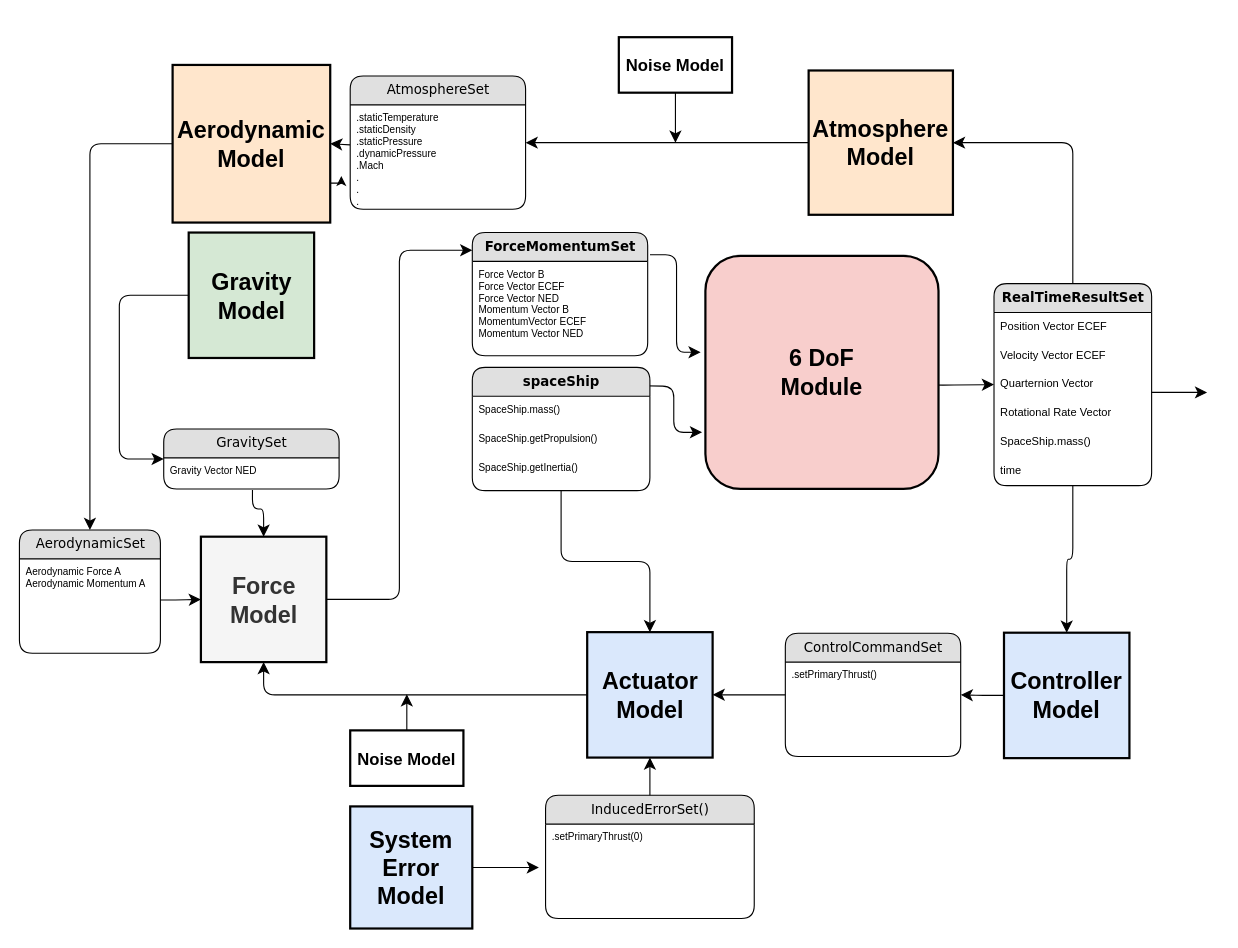
maxxonair/BlueBook-Descent-and-Landing-Analysis-Toolkit-DaLAT keeps this draw.io diagram as INP/INPUT_Documentation/FlowChart/flowchart.drawio. Above is the earlier version. Source tidied: cells renumbered, new cells numbered last; positions are measured from the earlier drawing's top-left corner, leaving out a move shared by most shapes. Both pictures are drawn from the tidied source at 111%, with x=0, y=0 at pixel (19, 37).
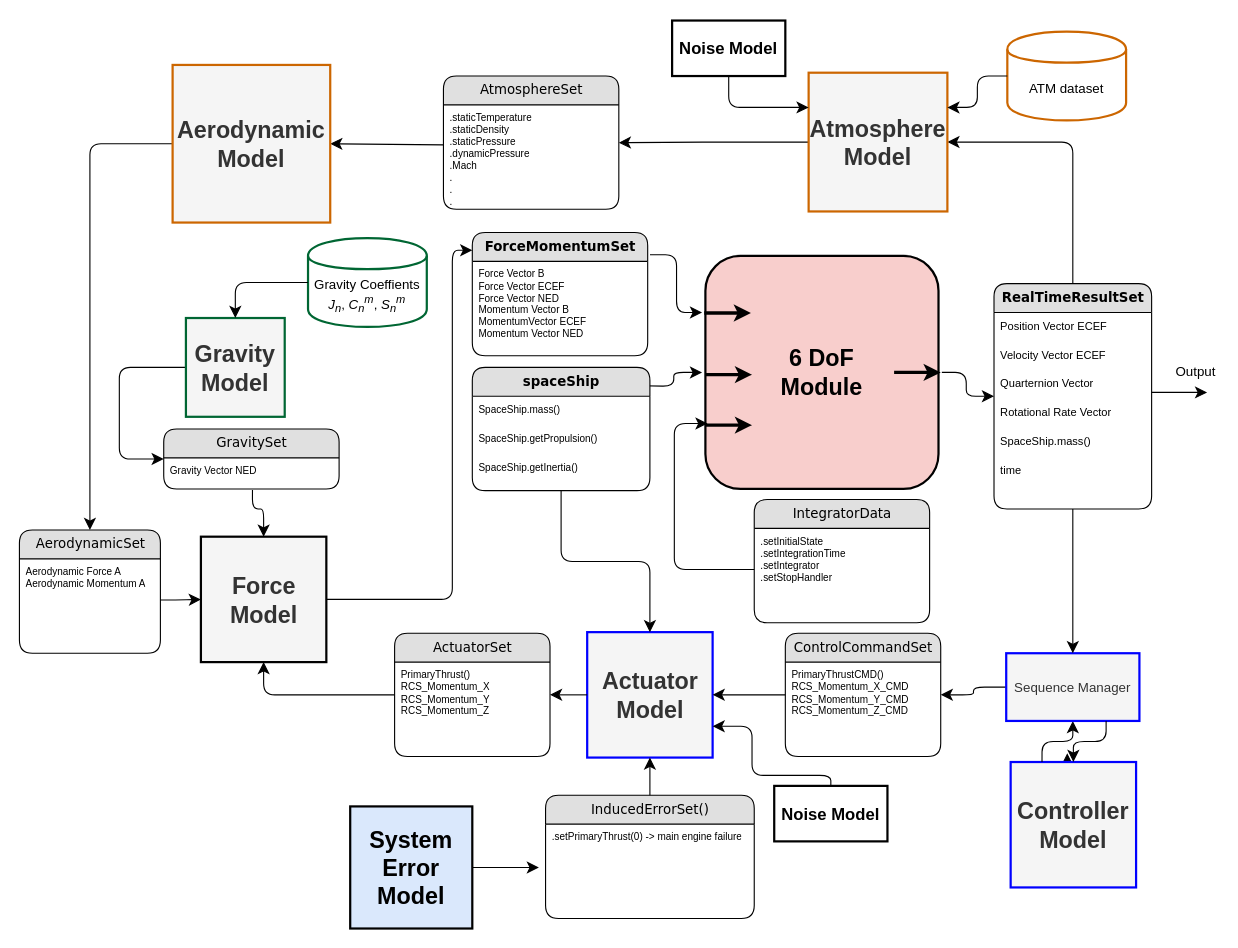
Above is the later version.

The change refers to these unchanged cells:
```xml
<mxCell id="20" value="&lt;div style=&quot;font-size: 21px;&quot;&gt;6 DoF&lt;/div&gt;&lt;div style=&quot;font-size: 21px;&quot;&gt;Module&lt;br style=&quot;font-size: 21px;&quot;&gt;&lt;/div&gt;" style="whiteSpace=wrap;html=1;fontStyle=1;fontSize=21;fillColor=#f8cecc;strokeColor=#000000;strokeWidth=2;perimeterSpacing=3;rounded=1;glass=0;shadow=0;comic=0;gradientColor=none;" parent="1" vertex="1">
  <mxGeometry x="618" y="197" width="210" height="210" as="geometry" />
</mxCell>
<mxCell id="28" value="Force Model" style="whiteSpace=wrap;html=1;fontStyle=1;fontSize=21;fillColor=#f5f5f5;strokeColor=#000000;strokeWidth=2;fontColor=#333333;" parent="1" vertex="1">
  <mxGeometry x="163.5" y="450" width="113" height="113" as="geometry" />
</mxCell>
<mxCell id="33" value="InducedErrorSet()" style="swimlane;html=1;fontStyle=0;horizontal=1;startSize=26;fillColor=#e0e0e0;swimlaneFillColor=#ffffff;align=center;rounded=1;shadow=0;comic=0;labelBackgroundColor=none;strokeColor=#000000;strokeWidth=1;fontFamily=Verdana;fontSize=12;fontColor=#000000;" parent="1" vertex="1">
  <mxGeometry x="474" y="683" width="188" height="111" as="geometry" />
</mxCell>
<mxCell id="35" value="&lt;b&gt;ForceMomentumSet&lt;/b&gt;" style="swimlane;html=1;fontStyle=0;horizontal=1;startSize=26;fillColor=#e0e0e0;swimlaneFillColor=#ffffff;align=center;rounded=1;shadow=0;comic=0;labelBackgroundColor=none;strokeColor=#000000;strokeWidth=1;fontFamily=Verdana;fontSize=12;fontColor=#000000;" parent="1" vertex="1">
  <mxGeometry x="408" y="176" width="158" height="111" as="geometry" />
</mxCell>
<mxCell id="38" value="GravitySet" style="swimlane;html=1;fontStyle=0;horizontal=1;startSize=26;fillColor=#e0e0e0;swimlaneFillColor=#ffffff;align=center;rounded=1;shadow=0;comic=0;labelBackgroundColor=none;strokeColor=#000000;strokeWidth=1;fontFamily=Verdana;fontSize=12;fontColor=#000000;" parent="1" vertex="1">
  <mxGeometry x="130" y="353" width="158" height="54" as="geometry" />
</mxCell>
```

What changed in the source:
```diff
@@
     <mxCell id="2" value="&lt;b&gt;RealTimeResultSet&lt;/b&gt;" style="swimlane;html=1;fontStyle=0;horizontal=1;startSize=26;fillColor=#e0e0e0;swimlaneFillColor=#ffffff;align=center;rounded=1;shadow=0;comic=0;labelBackgroundColor=none;strokeColor=#000000;strokeWidth=1;fontFamily=Verdana;fontSize=12;fontColor=#000000;" parent="1" vertex="1">
-      <mxGeometry x="878" y="222" width="142" height="182" as="geometry" />
+      <mxGeometry x="878" y="222" width="142" height="203" as="geometry" />
     </mxCell>
@@
-    <mxCell id="10" style="edgeStyle=orthogonalEdgeStyle;html=1;labelBackgroundColor=none;startFill=0;startSize=8;endFill=1;endSize=8;fontFamily=Verdana;fontSize=12;entryX=0;entryY=0.75;entryDx=0;entryDy=0;" parent="1" edge="1" target="20">
+    <mxCell id="10" style="edgeStyle=orthogonalEdgeStyle;html=1;labelBackgroundColor=none;startFill=0;startSize=8;endFill=1;endSize=8;fontFamily=Verdana;fontSize=12;" parent="1" edge="1" target="20">
       <mxGeometry x="-0.13" y="32" relative="1" as="geometry">
         <mxPoint x="560" y="314" as="sourcePoint" />
       </mxGeometry>
     </mxCell>
     <mxCell id="11" style="edgeStyle=orthogonalEdgeStyle;html=1;labelBackgroundColor=none;startFill=0;startSize=8;endFill=1;endSize=8;fontFamily=Verdana;fontSize=12;exitX=0;exitY=0.5;exitDx=0;exitDy=0;entryX=0;entryY=0.5;entryDx=0;entryDy=0;" parent="1" edge="1" source="37" target="38">
       <mxGeometry relative="1" as="geometry">
         <Array as="points">
-          <mxPoint x="90" y="233" />
+          <mxPoint x="90" y="298" />
           <mxPoint x="90" y="380" />
         </Array>
       </mxGeometry>
     </mxCell>
-    <mxCell id="12" style="edgeStyle=orthogonalEdgeStyle;html=1;labelBackgroundColor=none;startFill=0;startSize=8;endFill=1;endSize=8;fontFamily=Verdana;fontSize=12;" parent="1" edge="1" target="2">
-      <mxGeometry relative="1" as="geometry">
-        <mxPoint x="785" y="313" as="sourcePoint" />
-      </mxGeometry>
+    <mxCell id="12" style="edgeStyle=orthogonalEdgeStyle;html=1;labelBackgroundColor=none;startFill=0;startSize=8;endFill=1;endSize=8;fontFamily=Verdana;fontSize=12;exitX=1;exitY=0.5;exitDx=0;exitDy=0;" parent="1" edge="1" source="20" target="2">
+      <mxGeometry relative="1" as="geometry" />
     </mxCell>
-    <mxCell id="13" style="edgeStyle=orthogonalEdgeStyle;html=1;entryX=-0.006;entryY=0.416;labelBackgroundColor=none;startFill=0;startSize=8;endFill=1;endSize=8;fontFamily=Verdana;fontSize=12;entryDx=0;entryDy=0;exitX=1.013;exitY=0.18;exitDx=0;exitDy=0;entryPerimeter=0;exitPerimeter=0;" parent="1" edge="1" source="35" target="20">
+    <mxCell id="13" style="edgeStyle=orthogonalEdgeStyle;html=1;entryX=0;entryY=0.25;labelBackgroundColor=none;startFill=0;startSize=8;endFill=1;endSize=8;fontFamily=Verdana;fontSize=12;entryDx=0;entryDy=0;exitX=1.013;exitY=0.18;exitDx=0;exitDy=0;exitPerimeter=0;" parent="1" edge="1" source="35" target="20">
       <mxGeometry relative="1" as="geometry" />
     </mxCell>
@@
-    <mxCell id="15" style="edgeStyle=orthogonalEdgeStyle;html=1;exitX=0;exitY=0.5;labelBackgroundColor=none;startFill=0;startSize=8;endFill=1;endSize=8;fontFamily=Verdana;fontSize=12;exitDx=0;exitDy=0;entryX=1;entryY=0.5;entryDx=0;entryDy=0;" parent="1" edge="1" source="25" target="30">
+    <mxCell id="15" style="edgeStyle=orthogonalEdgeStyle;html=1;exitX=0.5;exitY=1;labelBackgroundColor=none;startFill=0;startSize=8;endFill=1;endSize=8;fontFamily=Verdana;fontSize=12;exitDx=0;exitDy=0;entryX=1;entryY=0.5;entryDx=0;entryDy=0;" parent="1" edge="1" source="59" target="30">
       <mxGeometry relative="1" as="geometry" />
     </mxCell>
@@
-    <mxCell id="19" style="edgeStyle=orthogonalEdgeStyle;html=1;exitX=0.5;exitY=1;labelBackgroundColor=none;startFill=0;startSize=8;endFill=1;endSize=8;fontFamily=Verdana;fontSize=12;exitDx=0;exitDy=0;entryX=0.5;entryY=0;entryDx=0;entryDy=0;" parent="1" edge="1" source="2" target="25">
-      <mxGeometry relative="1" as="geometry" />
-    </mxCell>
@@
+    <mxCell id="57" style="edgeStyle=orthogonalEdgeStyle;rounded=0;jettySize=auto;html=1;exitX=0.5;exitY=0;exitDx=0;exitDy=0;" parent="1" edge="1" source="25">
+      <mxGeometry relative="1" as="geometry">
+        <mxPoint x="944" y="645" as="targetPoint" />
+      </mxGeometry>
+    </mxCell>
-    <mxCell id="25" value="Controller Model" style="whiteSpace=wrap;html=1;fontStyle=1;fontSize=21;fillColor=#dae8fc;strokeColor=#000000;strokeWidth=2;" parent="1" vertex="1">
-      <mxGeometry x="887" y="536.5" width="113" height="113" as="geometry" />
+    <mxCell id="25" value="Controller Model" style="whiteSpace=wrap;html=1;fontStyle=1;fontSize=21;fillColor=#f5f5f5;strokeColor=#0000FF;strokeWidth=2;fontColor=#333333;" parent="1" vertex="1">
+      <mxGeometry x="893" y="653" width="113" height="113" as="geometry" />
     </mxCell>
-    <mxCell id="26" value="Actuator Model" style="whiteSpace=wrap;html=1;fontStyle=1;fontSize=21;fillColor=#dae8fc;strokeColor=#000000;strokeWidth=2;" parent="1" vertex="1">
+    <mxCell id="26" value="Actuator Model" style="whiteSpace=wrap;html=1;fontStyle=1;fontSize=21;fillColor=#f5f5f5;strokeColor=#0000FF;strokeWidth=2;fontColor=#333333;" parent="1" vertex="1">
       <mxGeometry x="511.5" y="536" width="113" height="113" as="geometry" />
     </mxCell>
@@
-    <mxCell id="29" style="edgeStyle=orthogonalEdgeStyle;html=1;exitX=0;exitY=0.5;labelBackgroundColor=none;startFill=0;startSize=8;endFill=1;endSize=8;fontFamily=Verdana;fontSize=12;exitDx=0;exitDy=0;entryX=0.5;entryY=1;entryDx=0;entryDy=0;" parent="1" edge="1" source="26" target="28">
+    <mxCell id="29" style="edgeStyle=orthogonalEdgeStyle;html=1;exitX=0;exitY=0.5;labelBackgroundColor=none;startFill=0;startSize=8;endFill=1;endSize=8;fontFamily=Verdana;fontSize=12;exitDx=0;exitDy=0;entryX=0.5;entryY=1;entryDx=0;entryDy=0;" parent="1" edge="1" source="69" target="28">
       <mxGeometry relative="1" as="geometry" />
     </mxCell>
     <mxCell id="30" value="ControlCommandSet" style="swimlane;html=1;fontStyle=0;horizontal=1;startSize=26;fillColor=#e0e0e0;swimlaneFillColor=#ffffff;align=center;rounded=1;shadow=0;comic=0;labelBackgroundColor=none;strokeColor=#000000;strokeWidth=1;fontFamily=Verdana;fontSize=12;fontColor=#000000;" parent="1" vertex="1">
-      <mxGeometry x="690" y="537" width="158" height="111" as="geometry" />
+      <mxGeometry x="690" y="537" width="140" height="111" as="geometry" />
     </mxCell>
-    <mxCell id="31" value=".setPrimaryThrust()" style="text;html=1;strokeColor=none;fillColor=none;spacingLeft=4;spacingRight=4;whiteSpace=wrap;overflow=hidden;fontSize=9;" parent="30" vertex="1">
-      <mxGeometry y="26" width="158" height="26" as="geometry" />
+    <mxCell id="31" value="&lt;div&gt;PrimaryThrustCMD()&lt;/div&gt;&lt;div&gt;RCS_Momentum_X_CMD&lt;/div&gt;&lt;div&gt;RCS_Momentum_Y_CMD&lt;/div&gt;&lt;div&gt;RCS_Momentum_Z_CMD&lt;/div&gt;" style="text;html=1;strokeColor=none;fillColor=none;spacingLeft=4;spacingRight=4;whiteSpace=wrap;overflow=hidden;fontSize=9;" parent="30" vertex="1">
+      <mxGeometry y="26" width="140" height="84" as="geometry" />
     </mxCell>
@@
-    <mxCell id="34" value=".setPrimaryThrust(0)" style="text;html=1;strokeColor=none;fillColor=none;spacingLeft=4;spacingRight=4;whiteSpace=wrap;overflow=hidden;fontSize=9;" parent="33" vertex="1">
+    <mxCell id="34" value=".setPrimaryThrust(0) -&amp;gt; main engine failure" style="text;html=1;strokeColor=none;fillColor=none;spacingLeft=4;spacingRight=4;whiteSpace=wrap;overflow=hidden;fontSize=9;" parent="33" vertex="1">
       <mxGeometry y="26" width="188" height="26" as="geometry" />
     </mxCell>
@@
-    <mxCell id="37" value="Gravity Model" style="whiteSpace=wrap;html=1;fontStyle=1;fontSize=21;fillColor=#d5e8d4;strokeColor=#000000;strokeWidth=2;" parent="1" vertex="1">
-      <mxGeometry x="152.5" y="176" width="113" height="113" as="geometry" />
+    <mxCell id="37" value="Gravity Model" style="whiteSpace=wrap;html=1;fontStyle=1;fontSize=21;fillColor=#f5f5f5;strokeColor=#006633;strokeWidth=2;fontColor=#333333;" parent="1" vertex="1">
+      <mxGeometry x="150" y="253" width="89" height="89" as="geometry" />
     </mxCell>
@@
-    <mxCell id="40" value="Atmosphere Model" style="whiteSpace=wrap;html=1;fontStyle=1;fontSize=21;fillColor=#ffe6cc;strokeColor=#000000;strokeWidth=2;" parent="1" vertex="1">
-      <mxGeometry x="711" y="30" width="130" height="130" as="geometry" />
+    <mxCell id="40" value="Atmosphere Model" style="whiteSpace=wrap;html=1;fontStyle=1;fontSize=21;fillColor=#f5f5f5;strokeColor=#CC6600;strokeWidth=2;fontColor=#333333;" parent="1" vertex="1">
+      <mxGeometry x="711" y="32" width="125" height="125" as="geometry" />
     </mxCell>
-    <mxCell id="41" style="edgeStyle=orthogonalEdgeStyle;rounded=0;jettySize=auto;html=1;exitX=1;exitY=0.75;exitDx=0;exitDy=0;fontSize=10;" parent="1" edge="1" source="42">
-      <mxGeometry relative="1" as="geometry">
-        <mxPoint x="290" y="125" as="targetPoint" />
-      </mxGeometry>
-    </mxCell>
-    <mxCell id="42" value="Aerodynamic Model" style="whiteSpace=wrap;html=1;fontStyle=1;fontSize=21;fillColor=#ffe6cc;strokeColor=#000000;strokeWidth=2;" parent="1" vertex="1">
+    <mxCell id="42" value="Aerodynamic Model" style="whiteSpace=wrap;html=1;fontStyle=1;fontSize=21;fillColor=#f5f5f5;strokeColor=#CC6600;strokeWidth=2;fontColor=#333333;" parent="1" vertex="1">
       <mxGeometry x="138" y="25" width="142" height="142" as="geometry" />
     </mxCell>
     <mxCell id="43" value="AtmosphereSet" style="swimlane;html=1;fontStyle=0;horizontal=1;startSize=26;fillColor=#e0e0e0;swimlaneFillColor=#ffffff;align=center;rounded=1;shadow=0;comic=0;labelBackgroundColor=none;strokeColor=#000000;strokeWidth=1;fontFamily=Verdana;fontSize=12;fontColor=#000000;" parent="1" vertex="1">
-      <mxGeometry x="298" y="35" width="158" height="120" as="geometry" />
+      <mxGeometry x="382" y="35" width="158" height="120" as="geometry" />
     </mxCell>
@@
     <mxCell id="48" value="Noise Model" style="rounded=0;whiteSpace=wrap;html=1;strokeColor=#000000;strokeWidth=2;fontSize=15;fontStyle=1;" parent="1" vertex="1">
-      <mxGeometry x="540" width="102" height="50" as="geometry" />
+      <mxGeometry x="588" y="-15" width="102" height="50" as="geometry" />
     </mxCell>
     <mxCell id="49" value="Noise Model" style="rounded=0;whiteSpace=wrap;html=1;strokeColor=#000000;strokeWidth=2;fontSize=15;fontStyle=1;" parent="1" vertex="1">
-      <mxGeometry x="298" y="624.5" width="102" height="50" as="geometry" />
+      <mxGeometry x="680" y="674.5" width="102" height="50" as="geometry" />
     </mxCell>
-    <mxCell id="50" style="edgeStyle=orthogonalEdgeStyle;html=1;exitX=0.5;exitY=1;labelBackgroundColor=none;startFill=0;startSize=8;endFill=1;endSize=8;fontFamily=Verdana;fontSize=12;exitDx=0;exitDy=0;" parent="1" edge="1" source="48">
-      <mxGeometry relative="1" as="geometry">
-        <mxPoint x="591" y="95" as="targetPoint" />
-      </mxGeometry>
+    <mxCell id="50" style="edgeStyle=orthogonalEdgeStyle;html=1;exitX=0.5;exitY=1;labelBackgroundColor=none;startFill=0;startSize=8;endFill=1;endSize=8;fontFamily=Verdana;fontSize=12;exitDx=0;exitDy=0;entryX=0;entryY=0.25;entryDx=0;entryDy=0;" parent="1" edge="1" source="48" target="40">
+      <mxGeometry relative="1" as="geometry" />
     </mxCell>
-    <mxCell id="51" style="edgeStyle=orthogonalEdgeStyle;html=1;exitX=0.5;exitY=0;labelBackgroundColor=none;startFill=0;startSize=8;endFill=1;endSize=8;fontFamily=Verdana;fontSize=12;exitDx=0;exitDy=0;" parent="1" edge="1" source="49">
+    <mxCell id="51" style="edgeStyle=orthogonalEdgeStyle;html=1;exitX=0.5;exitY=0;labelBackgroundColor=none;startFill=0;startSize=8;endFill=1;endSize=8;fontFamily=Verdana;fontSize=12;exitDx=0;exitDy=0;entryX=1;entryY=0.75;entryDx=0;entryDy=0;" parent="1" edge="1" source="49" target="26">
       <mxGeometry relative="1" as="geometry">
-        <mxPoint x="349" y="592" as="targetPoint" />
+        <Array as="points">
+          <mxPoint x="731" y="665" />
+          <mxPoint x="660" y="665" />
+          <mxPoint x="660" y="621" />
+        </Array>
       </mxGeometry>
     </mxCell>
@@
     <mxCell id="56" style="edgeStyle=orthogonalEdgeStyle;html=1;labelBackgroundColor=none;startFill=0;startSize=8;endFill=1;endSize=8;fontFamily=Verdana;fontSize=12;exitX=1;exitY=0.5;exitDx=0;exitDy=0;entryX=0;entryY=0.144;entryDx=0;entryDy=0;entryPerimeter=0;" parent="1" edge="1" source="28" target="35">
-      <mxGeometry x="-0.13" y="32" relative="1" as="geometry" />
+      <mxGeometry x="-0.13" y="32" relative="1" as="geometry">
+        <Array as="points">
+          <mxPoint x="390" y="507" />
+          <mxPoint x="390" y="192" />
+        </Array>
+      </mxGeometry>
     </mxCell>
+    <mxCell id="58" style="edgeStyle=orthogonalEdgeStyle;html=1;exitX=0.25;exitY=0;labelBackgroundColor=none;startFill=0;startSize=8;endFill=1;endSize=8;fontFamily=Verdana;fontSize=12;exitDx=0;exitDy=0;" parent="1" edge="1" source="25" target="59">
+      <mxGeometry relative="1" as="geometry" />
+    </mxCell>
+    <mxCell id="59" value="Sequence Manager" style="rounded=0;whiteSpace=wrap;html=1;strokeColor=#0000FF;strokeWidth=2;fillColor=#f5f5f5;fontColor=#333333;direction=south;" parent="1" vertex="1">
+      <mxGeometry x="889" y="555" width="120" height="61" as="geometry" />
+    </mxCell>
+    <mxCell id="60" style="edgeStyle=orthogonalEdgeStyle;html=1;labelBackgroundColor=none;startFill=0;startSize=8;endFill=1;endSize=8;fontFamily=Verdana;fontSize=12;entryX=0.5;entryY=0;entryDx=0;entryDy=0;exitX=1;exitY=0.25;exitDx=0;exitDy=0;" parent="1" edge="1" source="59" target="25">
+      <mxGeometry relative="1" as="geometry" />
+    </mxCell>
+    <mxCell id="61" value="IntegratorData" style="swimlane;html=1;fontStyle=0;horizontal=1;startSize=26;fillColor=#e0e0e0;swimlaneFillColor=#ffffff;align=center;rounded=1;shadow=0;comic=0;labelBackgroundColor=none;strokeColor=#000000;strokeWidth=1;fontFamily=Verdana;fontSize=12;fontColor=#000000;" parent="1" vertex="1">
+      <mxGeometry x="662" y="416.5" width="158" height="111" as="geometry" />
+    </mxCell>
+    <mxCell id="62" value="&lt;div&gt;.setInitialState&lt;/div&gt;&lt;div&gt;.setIntegrationTime&lt;/div&gt;&lt;div&gt;.setIntegrator&lt;/div&gt;&lt;div&gt;.setStopHandler&lt;/div&gt;&lt;div&gt;&lt;br&gt;&lt;/div&gt;" style="text;html=1;strokeColor=none;fillColor=none;spacingLeft=4;spacingRight=4;whiteSpace=wrap;overflow=hidden;points=[[0,0.5],[1,0.5]];portConstraint=eastwest;fontSize=9;" parent="61" vertex="1">
+      <mxGeometry y="26" width="158" height="74" as="geometry" />
+    </mxCell>
+    <mxCell id="63" style="edgeStyle=orthogonalEdgeStyle;html=1;labelBackgroundColor=none;startFill=0;startSize=8;endFill=1;endSize=8;fontFamily=Verdana;fontSize=12;exitX=0.5;exitY=1;exitDx=0;exitDy=0;" parent="1" edge="1" source="2" target="59">
+      <mxGeometry relative="1" as="geometry" />
+    </mxCell>
+    <mxCell id="64" value="Output" style="text;html=1;strokeColor=none;fillColor=none;align=center;verticalAlign=middle;whiteSpace=wrap;rounded=0;" parent="1" vertex="1">
+      <mxGeometry x="1040" y="292" width="40" height="20" as="geometry" />
+    </mxCell>
+    <mxCell id="65" value="ATM dataset" style="shape=cylinder;whiteSpace=wrap;html=1;boundedLbl=1;backgroundOutline=1;strokeColor=#CC6600;strokeWidth=2;" parent="1" vertex="1">
+      <mxGeometry x="890" y="-5" width="107" height="80" as="geometry" />
+    </mxCell>
+    <mxCell id="66" style="edgeStyle=orthogonalEdgeStyle;html=1;exitX=0;exitY=0.5;labelBackgroundColor=none;startFill=0;startSize=8;endFill=1;endSize=8;fontFamily=Verdana;fontSize=12;exitDx=0;exitDy=0;entryX=1;entryY=0.25;entryDx=0;entryDy=0;" parent="1" edge="1" source="65" target="40">
+      <mxGeometry relative="1" as="geometry" />
+    </mxCell>
+    <mxCell id="67" value="&lt;div&gt;Gravity Coeffients&lt;/div&gt;&lt;div&gt;&lt;i&gt;J&lt;sub&gt;n&lt;/sub&gt;&lt;/i&gt;, &lt;i&gt;C&lt;sub&gt;n&lt;/sub&gt;&lt;sup&gt;m&lt;/sup&gt;&lt;/i&gt;, &lt;i&gt;S&lt;sub&gt;n&lt;/sub&gt;&lt;sup&gt;m&lt;/sup&gt;&lt;/i&gt;&lt;/div&gt;" style="shape=cylinder;whiteSpace=wrap;html=1;boundedLbl=1;backgroundOutline=1;strokeColor=#006633;strokeWidth=2;" parent="1" vertex="1">
+      <mxGeometry x="260" y="181" width="107" height="80" as="geometry" />
+    </mxCell>
+    <mxCell id="68" style="edgeStyle=orthogonalEdgeStyle;html=1;labelBackgroundColor=none;startFill=0;startSize=8;endFill=1;endSize=8;fontFamily=Verdana;fontSize=12;exitX=0;exitY=0.5;exitDx=0;exitDy=0;entryX=0.5;entryY=0;entryDx=0;entryDy=0;" parent="1" edge="1" source="67" target="37">
+      <mxGeometry relative="1" as="geometry">
+        <Array as="points">
+          <mxPoint x="195" y="221" />
+        </Array>
+      </mxGeometry>
+    </mxCell>
+    <mxCell id="69" value="ActuatorSet" style="swimlane;html=1;fontStyle=0;horizontal=1;startSize=26;fillColor=#e0e0e0;swimlaneFillColor=#ffffff;align=center;rounded=1;shadow=0;comic=0;labelBackgroundColor=none;strokeColor=#000000;strokeWidth=1;fontFamily=Verdana;fontSize=12;fontColor=#000000;" parent="1" vertex="1">
+      <mxGeometry x="338" y="537" width="140" height="111" as="geometry" />
+    </mxCell>
+    <mxCell id="70" value="&lt;div&gt;PrimaryThrust()&lt;div&gt;RCS_Momentum_X&lt;/div&gt;&lt;div&gt;RCS_Momentum_Y&lt;/div&gt;&lt;div&gt;RCS_Momentum_Z&lt;/div&gt;&lt;/div&gt;" style="text;html=1;strokeColor=none;fillColor=none;spacingLeft=4;spacingRight=4;whiteSpace=wrap;overflow=hidden;fontSize=9;" parent="69" vertex="1">
+      <mxGeometry y="26" width="140" height="74" as="geometry" />
+    </mxCell>
+    <mxCell id="71" style="edgeStyle=orthogonalEdgeStyle;html=1;exitX=0;exitY=0.5;labelBackgroundColor=none;startFill=0;startSize=8;endFill=1;endSize=8;fontFamily=Verdana;fontSize=12;exitDx=0;exitDy=0;entryX=1;entryY=0.5;entryDx=0;entryDy=0;" parent="1" edge="1" source="26" target="69">
+      <mxGeometry relative="1" as="geometry" />
+    </mxCell>
+    <mxCell id="72" style="endArrow=classic;html=1;strokeWidth=3;" parent="1" edge="1">
+      <mxGeometry relative="1" as="geometry">
+        <mxPoint x="617" y="248.5" as="sourcePoint" />
+        <mxPoint x="659" y="248.5" as="targetPoint" />
+      </mxGeometry>
+    </mxCell>
+    <mxCell id="73" style="endArrow=classic;html=1;strokeWidth=3;" parent="1" edge="1">
+      <mxGeometry relative="1" as="geometry">
+        <mxPoint x="618" y="304" as="sourcePoint" />
+        <mxPoint x="660" y="304" as="targetPoint" />
+      </mxGeometry>
+    </mxCell>
+    <mxCell id="74" style="endArrow=classic;html=1;strokeWidth=3;" parent="1" edge="1">
+      <mxGeometry relative="1" as="geometry">
+        <mxPoint x="788" y="302" as="sourcePoint" />
+        <mxPoint x="830" y="302" as="targetPoint" />
+      </mxGeometry>
+    </mxCell>
+    <mxCell id="75" style="edgeStyle=orthogonalEdgeStyle;html=1;labelBackgroundColor=none;startFill=0;startSize=8;endFill=1;endSize=8;fontFamily=Verdana;fontSize=12;entryX=0.023;entryY=0.713;entryDx=0;entryDy=0;exitX=0;exitY=0.5;exitDx=0;exitDy=0;entryPerimeter=0;" parent="1" edge="1" source="62" target="20">
+      <mxGeometry x="-0.13" y="32" relative="1" as="geometry">
+        <Array as="points">
+          <mxPoint x="590" y="480" />
+          <mxPoint x="590" y="348" />
+        </Array>
+      </mxGeometry>
+    </mxCell>
+    <mxCell id="76" style="endArrow=classic;html=1;strokeWidth=3;" parent="1" edge="1">
+      <mxGeometry relative="1" as="geometry">
+        <mxPoint x="618" y="349.5" as="sourcePoint" />
+        <mxPoint x="660" y="349.5" as="targetPoint" />
+      </mxGeometry>
+    </mxCell>
```
